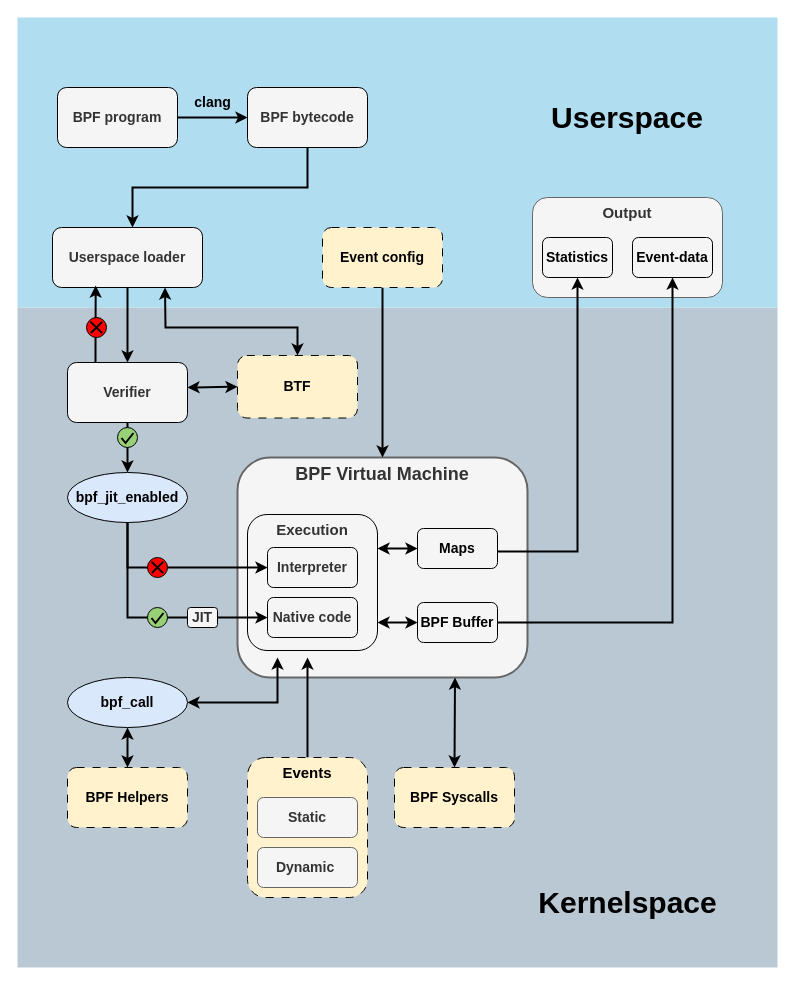
Earlier version of the draw.io diagram thesis/drawio/BPF.drawio (studhascja/Masterthesis). Source tidied: cells renumbered, new cells numbered last; positions are measured from the earlier drawing's top-left corner, leaving out a move shared by most shapes. Both pictures are drawn from the tidied source at 100%, with x=0, y=0 at pixel (17, 17).
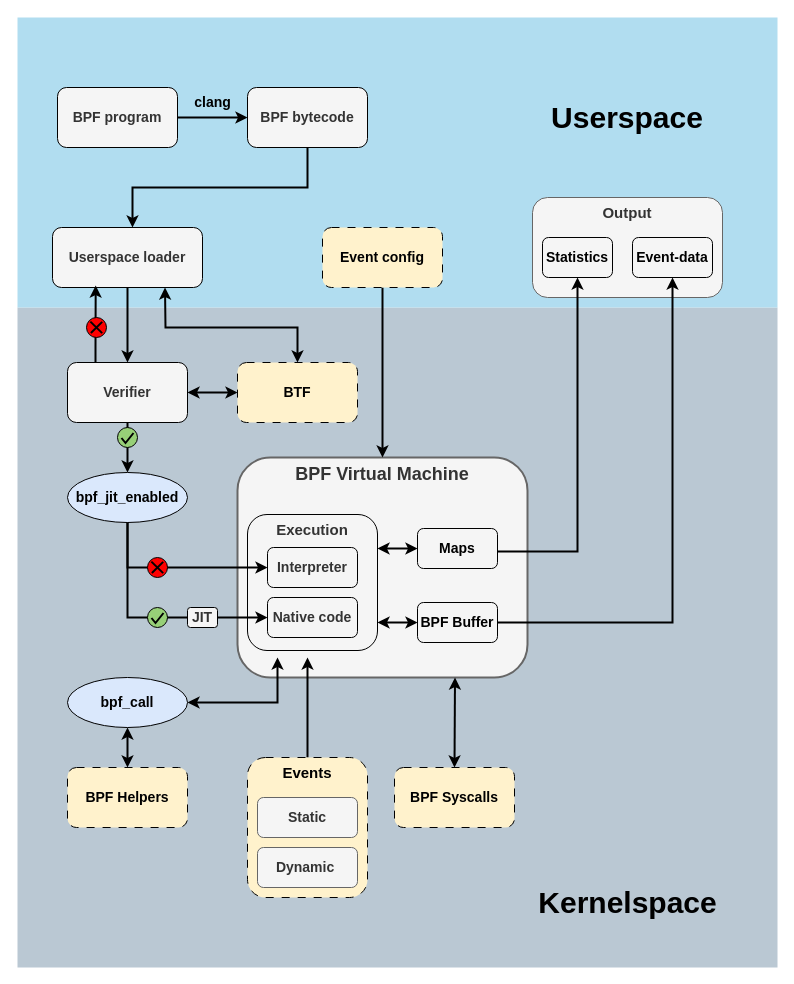
Above is the later version.

The change refers to these unchanged cells:
```xml
<mxCell id="16" value="Verifier" style="rounded=1;whiteSpace=wrap;html=1;fillColor=#f5f5f5;fontColor=#333333;strokeColor=#000000;fontSize=14;fontStyle=1;" parent="1" vertex="1">
  <mxGeometry x="50" y="345" width="120" height="60" as="geometry" />
</mxCell>
```

The edit, as a diff of the source:
```diff
@@
     <mxCell id="14" value="BTF" style="rounded=1;whiteSpace=wrap;html=1;dashed=1;dashPattern=8 8;verticalAlign=middle;fillColor=#fff2cc;strokeColor=#000000;fontSize=14;fontStyle=1;" parent="1" vertex="1">
-      <mxGeometry x="220" y="338" width="120" height="62.5" as="geometry" />
+      <mxGeometry x="220" y="345" width="120" height="60" as="geometry" />
     </mxCell>
@@
-    <mxCell id="51" style="endArrow=classic;startArrow=classic;html=1;rounded=0;entryX=0;entryY=0.5;entryDx=0;entryDy=0;strokeColor=#000000;strokeWidth=2;" parent="1" edge="1" target="14">
-      <mxGeometry relative="1" as="geometry">
-        <mxPoint x="170" y="370" as="sourcePoint" />
-      </mxGeometry>
+    <mxCell id="51" style="endArrow=classic;startArrow=classic;html=1;rounded=0;entryX=0;entryY=0.5;entryDx=0;entryDy=0;strokeColor=#000000;strokeWidth=2;exitX=1;exitY=0.5;exitDx=0;exitDy=0;" parent="1" edge="1" source="16" target="14">
+      <mxGeometry relative="1" as="geometry" />
     </mxCell>
```
